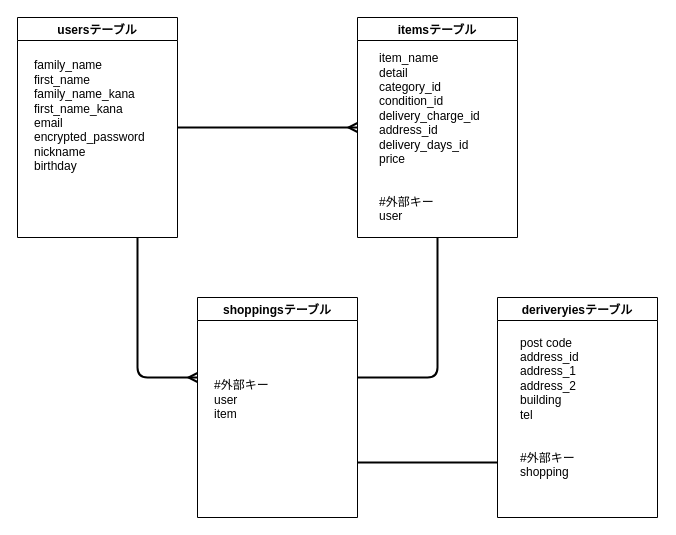
Before: test.dio in mm913/furima-37151, a draw.io diagram. Source tidied: cells renumbered, new cells numbered last; positions are measured from the earlier drawing's top-left corner, leaving out a move shared by most shapes. Both pictures are drawn from the tidied source at 100%, with x=0, y=0 at pixel (17, 17).
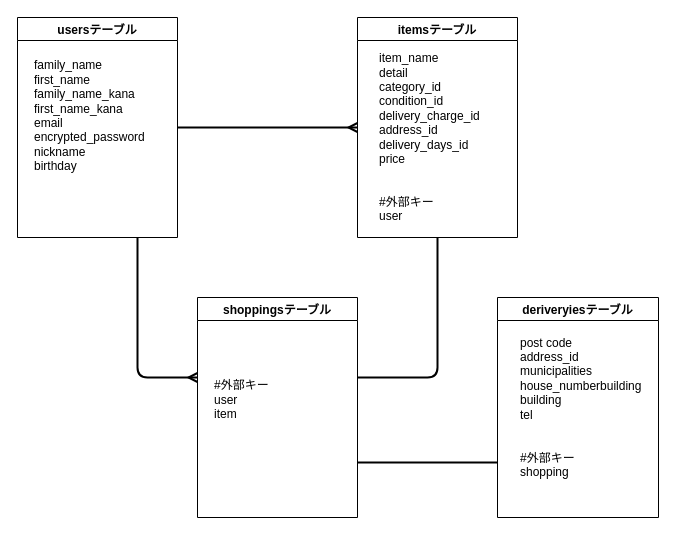
The same page after the edit.

Commit message (it also covers changes not shown here):
@mm913 ER図の作成とREADMEの記述【修正3】

The edit, as a diff of the source:
```diff
@@
 <mxGraphModel>
   <root>
     <mxCell id="0" />
     <mxCell id="1" parent="0" />
     <mxCell id="2" style="edgeStyle=none;html=1;endArrow=ERmany;endFill=0;entryX=0;entryY=0.5;entryDx=0;entryDy=0;strokeWidth=2;jumpSize=7;targetPerimeterSpacing=12;" parent="1" edge="1" target="7">
       <mxGeometry relative="1" as="geometry">
         <mxPoint x="160" y="110" as="sourcePoint" />
       </mxGeometry>
     </mxCell>
     <mxCell id="3" style="edgeStyle=orthogonalEdgeStyle;jumpSize=7;html=1;exitX=0.75;exitY=1;exitDx=0;exitDy=0;endArrow=ERmany;endFill=0;strokeWidth=2;" parent="1" edge="1" source="4">
       <mxGeometry relative="1" as="geometry">
         <mxPoint x="180" y="360" as="targetPoint" />
         <Array as="points">
           <mxPoint x="120" y="360" />
         </Array>
       </mxGeometry>
     </mxCell>
     <mxCell id="4" value="usersテーブル" style="swimlane;" parent="1" vertex="1">
       <mxGeometry width="160" height="220" as="geometry" />
     </mxCell>
     <mxCell id="5" value="family_name&lt;br&gt;first_name&lt;br&gt;family_name_kana&lt;br&gt;first_name_kana&lt;br&gt;email&lt;br&gt;&lt;div&gt;&lt;span&gt;encrypted_password&lt;/span&gt;&lt;/div&gt;&lt;div&gt;&lt;span&gt;nickname&lt;/span&gt;&lt;/div&gt;&lt;div&gt;&lt;span&gt;birthday&lt;/span&gt;&lt;/div&gt;&lt;div&gt;&lt;span&gt;&lt;br&gt;&lt;/span&gt;&lt;/div&gt;&lt;div&gt;&lt;span&gt;&lt;br&gt;&lt;/span&gt;&lt;/div&gt;&lt;div&gt;&lt;br&gt;&lt;/div&gt;" style="text;html=1;align=left;verticalAlign=middle;fillColor=none;strokeColor=none;rounded=0;dashed=1;" parent="4" vertex="1">
       <mxGeometry x="15" y="45" width="130" height="150" as="geometry" />
     </mxCell>
     <mxCell id="6" style="edgeStyle=orthogonalEdgeStyle;jumpSize=7;html=1;exitX=0.5;exitY=1;exitDx=0;exitDy=0;endArrow=none;endFill=0;strokeWidth=2;" parent="1" edge="1" source="7">
       <mxGeometry relative="1" as="geometry">
         <mxPoint x="340" y="360" as="targetPoint" />
         <Array as="points">
           <mxPoint x="420" y="360" />
           <mxPoint x="360" y="360" />
         </Array>
       </mxGeometry>
     </mxCell>
     <mxCell id="7" value="itemsテーブル" style="swimlane;" parent="1" vertex="1">
       <mxGeometry x="340" width="160" height="220" as="geometry" />
     </mxCell>
     <mxCell id="8" value="item_name&lt;br&gt;detail&lt;br&gt;category_id&lt;br&gt;condition_id&lt;br&gt;delivery_charge_id&lt;br&gt;address_id&lt;br&gt;delivery_days_id&lt;br&gt;price&lt;br&gt;&lt;br&gt;&lt;br&gt;#外部キー&lt;br&gt;user" style="text;html=1;align=left;verticalAlign=middle;fillColor=none;strokeColor=none;rounded=0;dashed=1;" parent="7" vertex="1">
       <mxGeometry x="20" y="35" width="120" height="170" as="geometry" />
     </mxCell>
     <mxCell id="9" style="edgeStyle=none;jumpSize=7;html=1;exitX=1;exitY=0.75;exitDx=0;exitDy=0;entryX=0;entryY=0.75;entryDx=0;entryDy=0;endArrow=none;endFill=0;strokeWidth=2;" parent="1" edge="1" source="10" target="12">
       <mxGeometry relative="1" as="geometry" />
     </mxCell>
     <mxCell id="10" value="shoppingsテーブル" style="swimlane;" parent="1" vertex="1">
       <mxGeometry x="180" y="280" width="160" height="220" as="geometry" />
     </mxCell>
     <mxCell id="11" value="&lt;br&gt;&lt;div&gt;&lt;span&gt;#外部キー&lt;/span&gt;&lt;/div&gt;&lt;div&gt;user&lt;/div&gt;&lt;div&gt;&lt;span&gt;i&lt;/span&gt;&lt;span&gt;tem&lt;/span&gt;&lt;/div&gt;" style="text;html=1;align=left;verticalAlign=middle;fillColor=none;strokeColor=none;rounded=0;dashed=1;" parent="10" vertex="1">
       <mxGeometry x="15" y="65" width="70" height="60" as="geometry" />
     </mxCell>
     <mxCell id="12" value="deriveryiesテーブル" style="swimlane;" parent="1" vertex="1">
-      <mxGeometry x="480" y="280" width="160" height="220" as="geometry" />
+      <mxGeometry x="480" y="280" width="161" height="220" as="geometry" />
     </mxCell>
-    <mxCell id="13" value="post code&lt;br&gt;address_id&lt;br&gt;address_1&lt;br&gt;address_2&lt;br&gt;building&lt;br&gt;tel&lt;br&gt;&lt;br&gt;&lt;br&gt;#外部キー&lt;br&gt;shopping" style="text;html=1;align=left;verticalAlign=middle;fillColor=none;strokeColor=none;rounded=0;dashed=1;" parent="12" vertex="1">
-      <mxGeometry x="21" y="40" width="70" height="140" as="geometry" />
+    <mxCell id="13" value="post code&lt;br&gt;address_id&lt;br&gt;municipalities&lt;br&gt;house_numberbuilding&lt;br&gt;building&lt;br&gt;tel&lt;br&gt;&lt;br&gt;&lt;br&gt;#外部キー&lt;br&gt;shopping" style="text;html=1;align=left;verticalAlign=middle;fillColor=none;strokeColor=none;rounded=0;dashed=1;" parent="12" vertex="1">
+      <mxGeometry x="21" y="40" width="140" height="140" as="geometry" />
     </mxCell>
   </root>
 </mxGraphModel>
```
